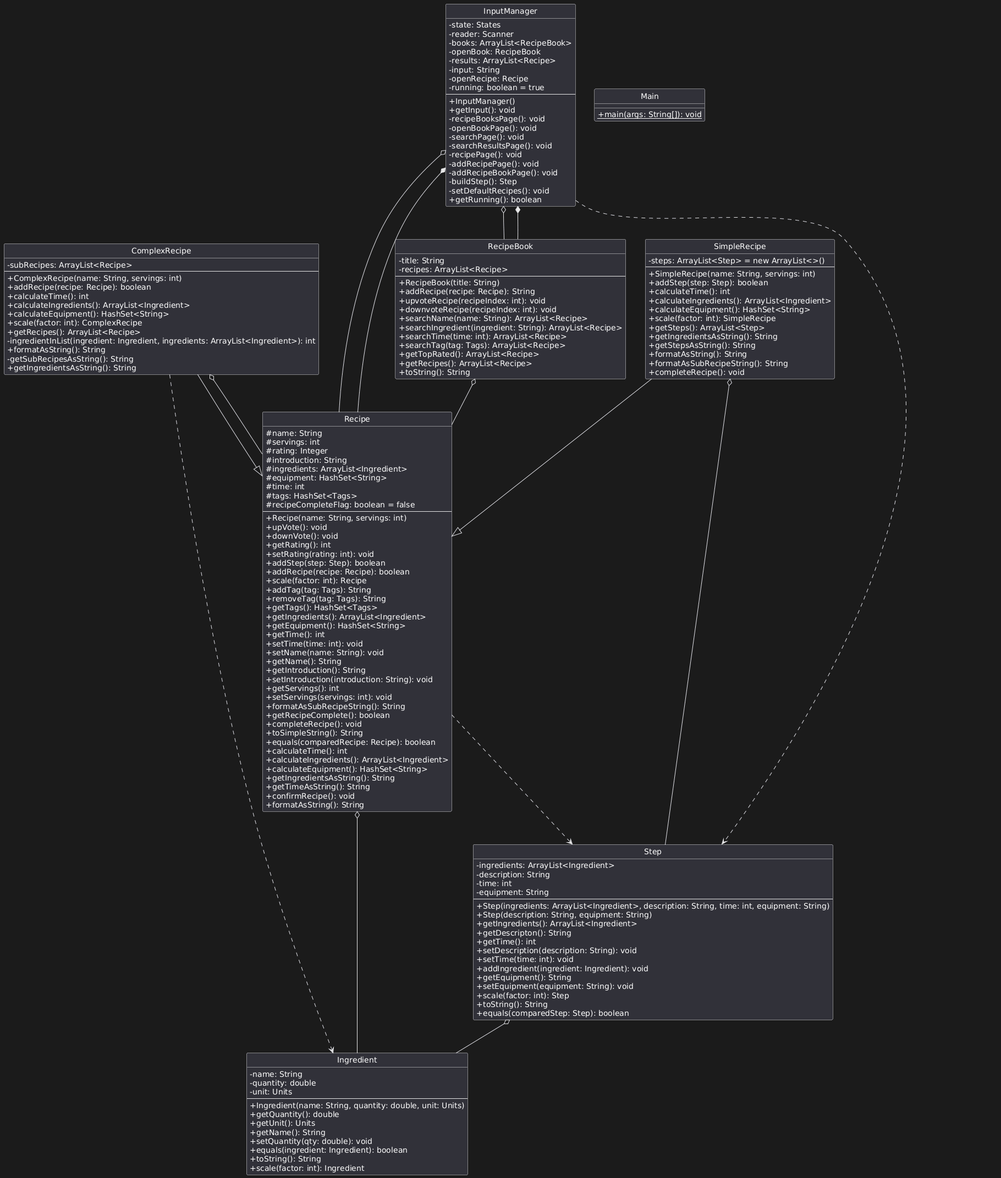
Above: docs/Prog1-LIA-UMLdiagram-v2.png in m-bernardin/Prog1-LIA (PlantUML), before the change.
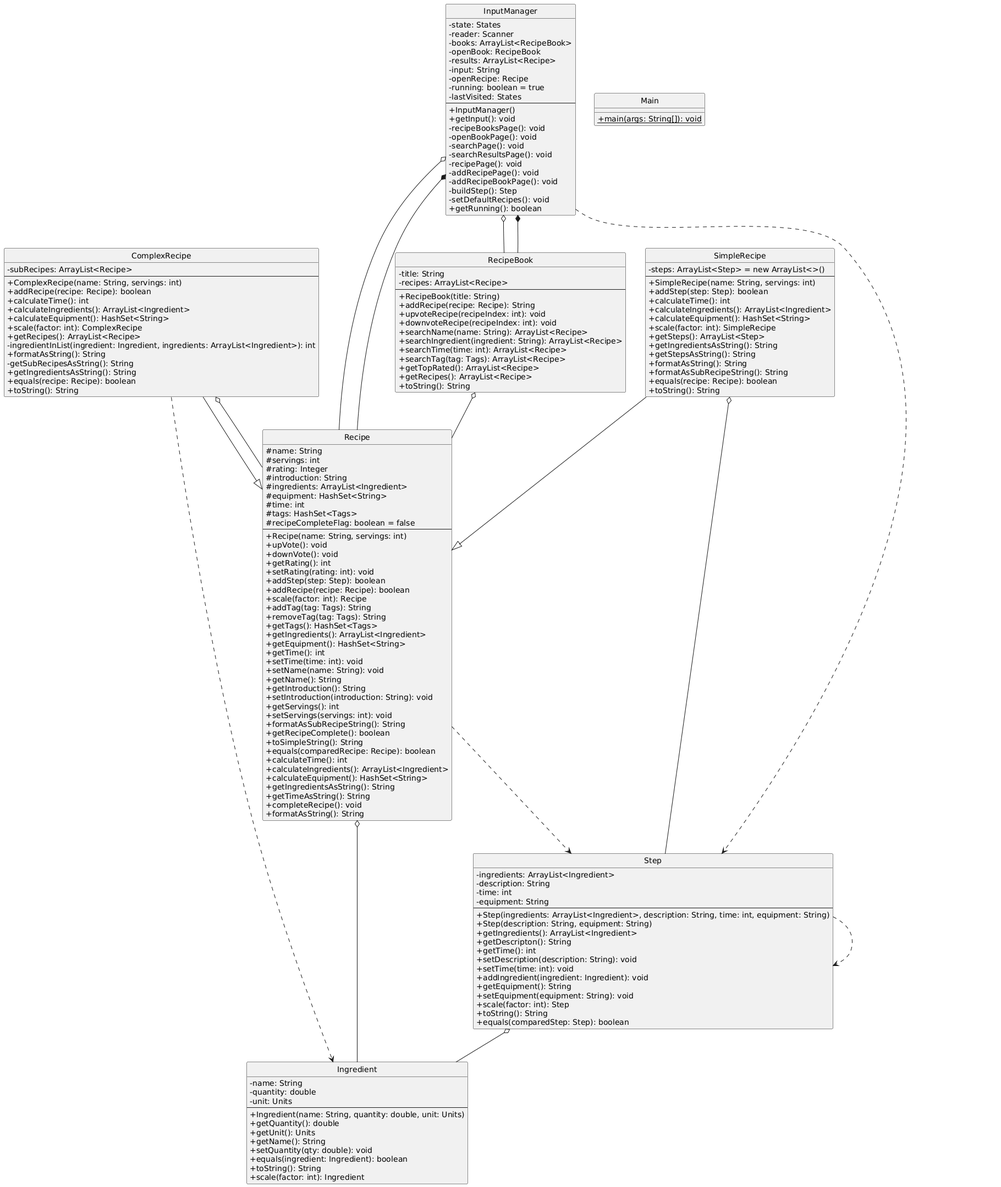
Later version of the same file.

What changed in the source:
```diff
@@ -16,6 +16,8 @@
   +formatAsString(): String
   -getSubRecipesAsString(): String
   +getIngredientsAsString(): String
+  +equals(recipe: Recipe): boolean
+  +toString(): String
 }
 
 class Ingredient {
@@ -42,6 +44,7 @@
   -input: String
   -openRecipe: Recipe
   -running: boolean = true
+  -lastVisited: States
   --
   +InputManager()
   +getInput(): void
@@ -95,7 +98,6 @@
   +setServings(servings: int): void
   +formatAsSubRecipeString(): String
   +getRecipeComplete(): boolean
-  +completeRecipe(): void
   +toSimpleString(): String
   +equals(comparedRecipe: Recipe): boolean
   +calculateTime(): int
@@ -103,7 +105,7 @@
   +calculateEquipment(): HashSet<String>
   +getIngredientsAsString(): String
   +getTimeAsString(): String
-  +confirmRecipe(): void
+  +completeRecipe(): void
   +formatAsString(): String
 }
 
@@ -138,7 +140,8 @@
   +getStepsAsString(): String
   +formatAsString(): String
   +formatAsSubRecipeString(): String
-  +completeRecipe(): void
+  +equals(recipe: Recipe): boolean
+  +toString(): String
 }
 
 class Step {
@@ -176,4 +179,5 @@
 SimpleRecipe --|> Recipe
 SimpleRecipe o-- Step
 Step o-- Ingredient
+Step ..> Step
 @enduml
```
